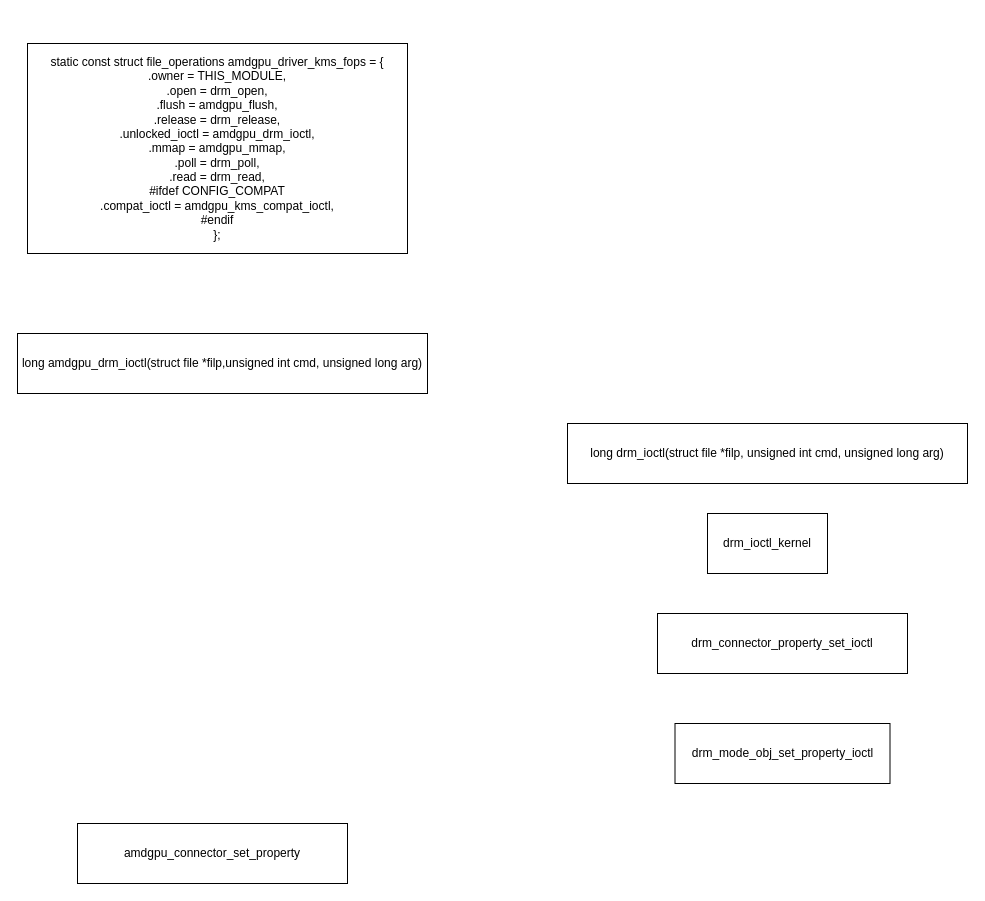
Earlier version of the draw.io diagram amdgpu drm ioctl flow.drawio (hongaoo/draw-io-files). Source tidied: cells renumbered, new cells numbered last; positions are measured from the earlier drawing's top-left corner, leaving out a move shared by most shapes. Both pictures are drawn from the tidied source at 100%, with x=0, y=0 at pixel (17, 43).
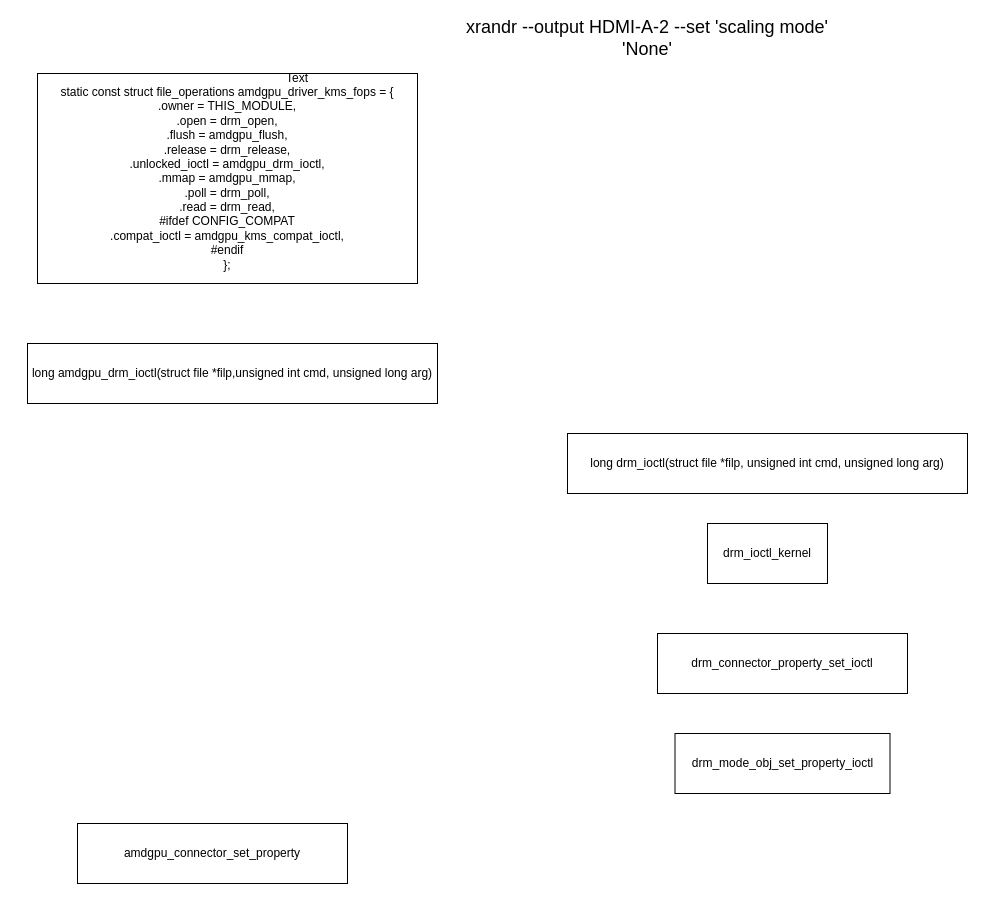
The same page after the edit.

Change to the diagram source:
```diff
@@
 <mxGraphModel>
   <root>
     <mxCell id="0" />
     <mxCell id="1" parent="0" />
     <mxCell id="2" value="&lt;div&gt;static const struct file_operations amdgpu_driver_kms_fops = {&lt;/div&gt;&lt;div&gt;&lt;span&gt; &lt;/span&gt;.owner = THIS_MODULE,&lt;/div&gt;&lt;div&gt;&lt;span&gt; &lt;/span&gt;.open = drm_open,&lt;/div&gt;&lt;div&gt;&lt;span&gt; &lt;/span&gt;.flush = amdgpu_flush,&lt;/div&gt;&lt;div&gt;&lt;span&gt; &lt;/span&gt;.release = drm_release,&lt;/div&gt;&lt;div&gt;&lt;span&gt; &lt;/span&gt;.unlocked_ioctl = amdgpu_drm_ioctl,&lt;/div&gt;&lt;div&gt;&lt;span&gt; &lt;/span&gt;.mmap = amdgpu_mmap,&lt;/div&gt;&lt;div&gt;&lt;span&gt; &lt;/span&gt;.poll = drm_poll,&lt;/div&gt;&lt;div&gt;&lt;span&gt; &lt;/span&gt;.read = drm_read,&lt;/div&gt;&lt;div&gt;#ifdef CONFIG_COMPAT&lt;/div&gt;&lt;div&gt;&lt;span&gt; &lt;/span&gt;.compat_ioctl = amdgpu_kms_compat_ioctl,&lt;/div&gt;&lt;div&gt;#endif&lt;/div&gt;&lt;div&gt;};&lt;/div&gt;" style="rounded=0;whiteSpace=wrap;html=1;" parent="1" vertex="1">
-      <mxGeometry x="10" width="380" height="210" as="geometry" />
+      <mxGeometry x="20" y="30" width="380" height="210" as="geometry" />
     </mxCell>
     <mxCell id="3" value="long amdgpu_drm_ioctl&lt;span&gt;(struct file *filp,&lt;/span&gt;&lt;span&gt;unsigned int cmd, unsigned long arg)&lt;/span&gt;&lt;span&gt;&lt;br&gt;&lt;/span&gt;" style="rounded=0;whiteSpace=wrap;html=1;" parent="1" vertex="1">
-      <mxGeometry y="290" width="410" height="60" as="geometry" />
+      <mxGeometry x="10" y="300" width="410" height="60" as="geometry" />
     </mxCell>
     <mxCell id="4" value="&lt;div&gt;long drm_ioctl(struct file *filp,&amp;nbsp;&lt;span&gt;unsigned int cmd, unsigned long arg)&lt;/span&gt;&lt;/div&gt;" style="rounded=0;whiteSpace=wrap;html=1;" parent="1" vertex="1">
-      <mxGeometry x="550" y="380" width="400" height="60" as="geometry" />
+      <mxGeometry x="550" y="390" width="400" height="60" as="geometry" />
     </mxCell>
     <mxCell id="5" value="drm_ioctl_kernel" style="rounded=0;whiteSpace=wrap;html=1;" parent="1" vertex="1">
-      <mxGeometry x="690" y="470" width="120" height="60" as="geometry" />
+      <mxGeometry x="690" y="480" width="120" height="60" as="geometry" />
     </mxCell>
     <mxCell id="6" value="drm_connector_property_set_ioctl" style="rounded=0;whiteSpace=wrap;html=1;" parent="1" vertex="1">
-      <mxGeometry x="640" y="570" width="250" height="60" as="geometry" />
+      <mxGeometry x="640" y="590" width="250" height="60" as="geometry" />
     </mxCell>
     <mxCell id="7" value="drm_mode_obj_set_property_ioctl" style="rounded=0;whiteSpace=wrap;html=1;" parent="1" vertex="1">
-      <mxGeometry x="657.5" y="680" width="215" height="60" as="geometry" />
+      <mxGeometry x="657.5" y="690" width="215" height="60" as="geometry" />
     </mxCell>
     <mxCell id="8" value="amdgpu_connector_set_property" style="rounded=0;whiteSpace=wrap;html=1;" parent="1" vertex="1">
       <mxGeometry x="60" y="780" width="270" height="60" as="geometry" />
     </mxCell>
+    <mxCell id="9" value="Text" style="text;html=1;strokeColor=none;fillColor=none;align=center;verticalAlign=middle;whiteSpace=wrap;rounded=0;" parent="1" vertex="1">
+      <mxGeometry x="250" y="20" width="60" height="30" as="geometry" />
+    </mxCell>
+    <mxCell id="10" value="xrandr --output HDMI-A-2 --set 'scaling mode' 'None'" style="text;html=1;strokeColor=none;fillColor=none;align=center;verticalAlign=middle;whiteSpace=wrap;rounded=0;fontSize=18;" parent="1" vertex="1">
+      <mxGeometry x="440" y="-20" width="380" height="30" as="geometry" />
+    </mxCell>
   </root>
 </mxGraphModel>
```
